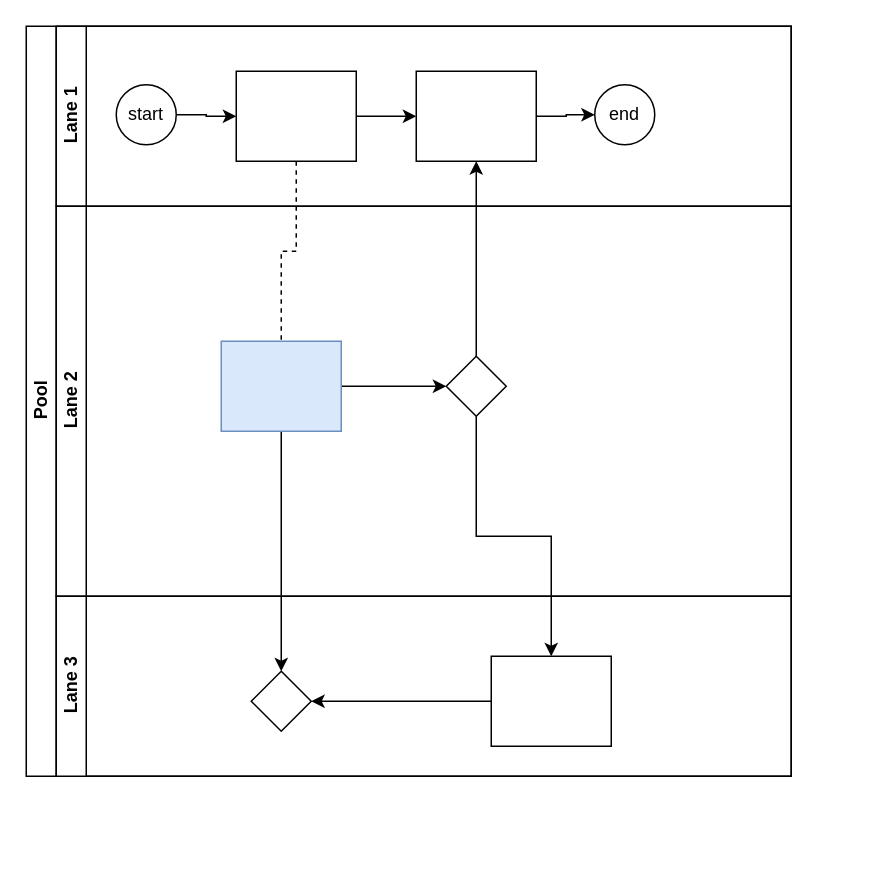
Above: Untitled Diagram.drawio in 15031575603/zysx_smart_cc_process (draw.io), before the change. Source tidied: cells renumbered, new cells numbered last; positions are measured from the earlier drawing's top-left corner, leaving out a move shared by most shapes. Both pictures are drawn from the tidied source at 150%, with x=0, y=0 at pixel (26, 26).
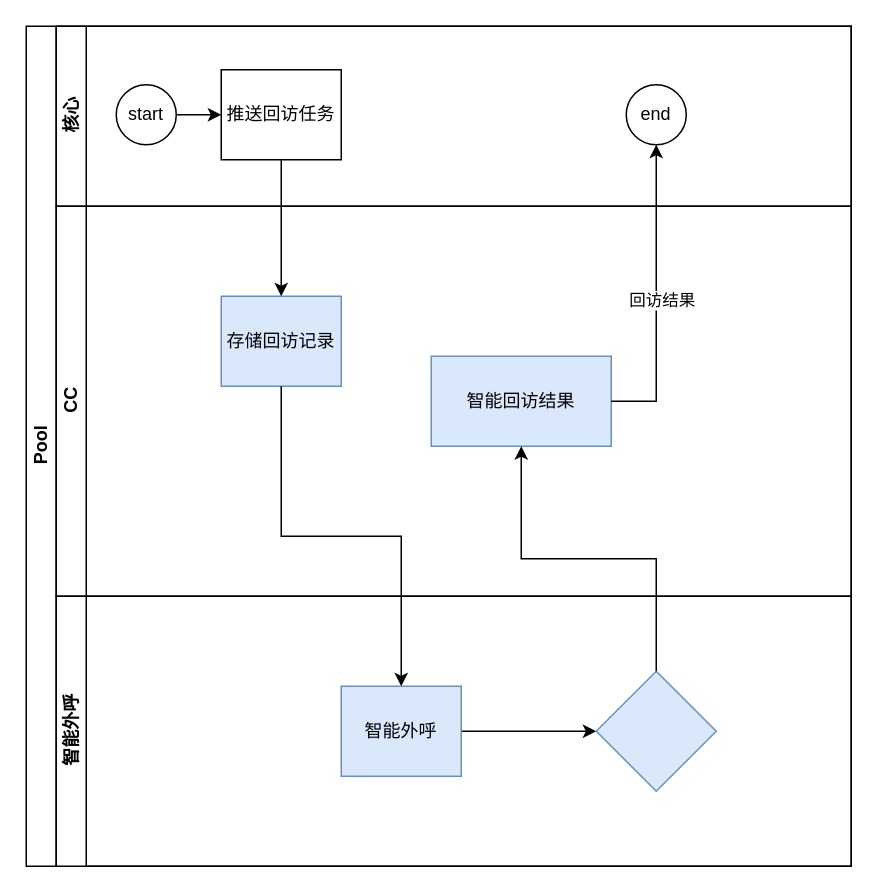
The same page after the edit.

Commit message:
回访流程调整

The edit, as a diff of the source:
```diff
@@
     <mxCell id="2" value="Pool" style="swimlane;html=1;horizontal=0;startSize=20;rotation=0;" parent="1" vertex="1">
-      <mxGeometry width="510" height="500" as="geometry" />
+      <mxGeometry width="550" height="560" as="geometry" />
     </mxCell>
-    <mxCell id="3" style="edgeStyle=orthogonalEdgeStyle;rounded=0;jettySize=auto;html=1;dashed=1;endArrow=none;endFill=0;" parent="2" edge="1" source="11" target="17">
-      <mxGeometry relative="1" as="geometry" />
-    </mxCell>
-    <mxCell id="4" style="edgeStyle=orthogonalEdgeStyle;rounded=0;jettySize=auto;html=1;endArrow=classic;endFill=1;" parent="2" edge="1" source="18" target="13">
-      <mxGeometry relative="1" as="geometry" />
-    </mxCell>
-    <mxCell id="5" style="edgeStyle=orthogonalEdgeStyle;rounded=0;jettySize=auto;html=1;endArrow=classic;endFill=1;" parent="2" edge="1" source="18" target="21">
-      <mxGeometry relative="1" as="geometry" />
-    </mxCell>
-    <mxCell id="6" style="edgeStyle=orthogonalEdgeStyle;rounded=0;jettySize=auto;html=1;endArrow=classic;endFill=1;" parent="2" edge="1" source="17" target="22">
-      <mxGeometry relative="1" as="geometry">
-        <Array as="points">
-          <mxPoint x="170" y="310" />
-          <mxPoint x="170" y="310" />
-        </Array>
-      </mxGeometry>
-    </mxCell>
-    <mxCell id="7" value="Lane 1" style="swimlane;html=1;startSize=20;horizontal=0;rotation=0;" parent="2" vertex="1">
-      <mxGeometry x="20" width="490" height="120" as="geometry" />
+    <mxCell id="7" value="核心" style="swimlane;html=1;startSize=20;horizontal=0;rotation=0;" parent="2" vertex="1">
+      <mxGeometry x="20" width="530" height="120" as="geometry" />
     </mxCell>
@@
-    <mxCell id="10" style="edgeStyle=orthogonalEdgeStyle;rounded=0;jettySize=auto;html=1;" parent="7" edge="1" source="11" target="13">
-      <mxGeometry relative="1" as="geometry" />
-    </mxCell>
-    <mxCell id="11" style="rounded=0;whiteSpace=wrap;html=1;fontFamily=Helvetica;fontSize=12;fontColor=#000000;align=center;rotation=0;" parent="7" vertex="1">
-      <mxGeometry x="120" y="30" width="80" height="60" as="geometry" />
+    <mxCell id="11" value="推送回访任务" style="rounded=0;whiteSpace=wrap;html=1;fontFamily=Helvetica;fontSize=12;fontColor=#000000;align=center;rotation=0;" parent="7" vertex="1">
+      <mxGeometry x="110" y="29" width="80" height="60" as="geometry" />
     </mxCell>
-    <mxCell id="12" style="edgeStyle=orthogonalEdgeStyle;rounded=0;jettySize=auto;html=1;endArrow=classic;endFill=1;" parent="7" edge="1" source="13" target="14">
-      <mxGeometry relative="1" as="geometry" />
-    </mxCell>
-    <mxCell id="13" style="rounded=0;whiteSpace=wrap;html=1;fontFamily=Helvetica;fontSize=12;fontColor=#000000;align=center;rotation=0;" parent="7" vertex="1">
-      <mxGeometry x="240" y="30" width="80" height="60" as="geometry" />
-    </mxCell>
     <mxCell id="14" value="end" style="ellipse;whiteSpace=wrap;html=1;rotation=0;" parent="7" vertex="1">
-      <mxGeometry x="359" y="39" width="40" height="40" as="geometry" />
+      <mxGeometry x="380" y="39" width="40" height="40" as="geometry" />
     </mxCell>
+    <mxCell id="23" value="CC" style="swimlane;html=1;startSize=20;horizontal=0;rotation=0;" parent="2" vertex="1">
+      <mxGeometry x="20" y="120" width="530" height="260" as="geometry" />
+    </mxCell>
+    <mxCell id="24" value="存储回访记录" style="rounded=0;whiteSpace=wrap;html=1;fontFamily=Helvetica;fontSize=12;align=center;fillColor=#dae8fc;strokeColor=#6c8ebf;rotation=0;" parent="23" vertex="1">
+      <mxGeometry x="110" y="60" width="80" height="60" as="geometry" />
+    </mxCell>
+    <mxCell id="25" value="智能回访结果" style="rounded=0;whiteSpace=wrap;html=1;strokeColor=#6c8ebf;fillColor=#dae8fc;" parent="23" vertex="1">
+      <mxGeometry x="250" y="100" width="120" height="60" as="geometry" />
+    </mxCell>
-    <mxCell id="15" value="Lane 2" style="swimlane;html=1;startSize=20;horizontal=0;rotation=0;" parent="2" vertex="1">
-      <mxGeometry x="20" y="120" width="490" height="260" as="geometry" />
+    <mxCell id="15" value="智能外呼" style="swimlane;html=1;startSize=20;horizontal=0;rotation=0;" parent="2" vertex="1">
+      <mxGeometry x="20" y="380" width="530" height="180" as="geometry" />
     </mxCell>
-    <mxCell id="16" style="edgeStyle=orthogonalEdgeStyle;rounded=0;jettySize=auto;html=1;endArrow=classic;endFill=1;" parent="15" edge="1" source="17" target="18">
-      <mxGeometry relative="1" as="geometry" />
-    </mxCell>
-    <mxCell id="17" style="rounded=0;whiteSpace=wrap;html=1;fontFamily=Helvetica;fontSize=12;align=center;fillColor=#dae8fc;strokeColor=#6c8ebf;rotation=0;" parent="15" vertex="1">
-      <mxGeometry x="110" y="90" width="80" height="60" as="geometry" />
-    </mxCell>
-    <mxCell id="18" style="rhombus;whiteSpace=wrap;html=1;fontFamily=Helvetica;fontSize=12;fontColor=#000000;align=center;rotation=0;" parent="15" vertex="1">
-      <mxGeometry x="260" y="100" width="40" height="40" as="geometry" />
-    </mxCell>
-    <mxCell id="19" value="Lane 3" style="swimlane;html=1;startSize=20;horizontal=0;rotation=0;" parent="2" vertex="1">
-      <mxGeometry x="20" y="380" width="490" height="120" as="geometry" />
-    </mxCell>
-    <mxCell id="20" style="edgeStyle=orthogonalEdgeStyle;rounded=0;jettySize=auto;html=1;endArrow=classic;endFill=1;" parent="19" edge="1" source="21" target="22">
-      <mxGeometry relative="1" as="geometry" />
-    </mxCell>
-    <mxCell id="21" style="rounded=0;whiteSpace=wrap;html=1;fontFamily=Helvetica;fontSize=12;fontColor=#000000;align=center;rotation=0;" parent="19" vertex="1">
-      <mxGeometry x="290" y="40" width="80" height="60" as="geometry" />
-    </mxCell>
-    <mxCell id="22" style="rhombus;whiteSpace=wrap;html=1;fontFamily=Helvetica;fontSize=12;fontColor=#000000;align=center;rotation=0;" parent="19" vertex="1">
-      <mxGeometry x="130" y="50" width="40" height="40" as="geometry" />
-    </mxCell>
+    <mxCell id="26" style="edgeStyle=orthogonalEdgeStyle;rounded=0;jettySize=auto;html=1;" parent="15" edge="1" source="27" target="28">
+      <mxGeometry relative="1" as="geometry" />
+    </mxCell>
+    <mxCell id="27" value="智能外呼" style="rounded=0;whiteSpace=wrap;html=1;fontFamily=Helvetica;fontSize=12;align=center;fillColor=#dae8fc;strokeColor=#6c8ebf;rotation=0;" parent="15" vertex="1">
+      <mxGeometry x="190" y="60" width="80" height="60" as="geometry" />
+    </mxCell>
+    <mxCell id="28" style="rhombus;whiteSpace=wrap;html=1;rounded=0;strokeColor=#6c8ebf;fillColor=#dae8fc;" parent="15" vertex="1">
+      <mxGeometry x="360" y="50" width="80" height="80" as="geometry" />
+    </mxCell>
+    <mxCell id="29" style="edgeStyle=orthogonalEdgeStyle;rounded=0;jettySize=auto;html=1;exitX=0.5;exitY=1;exitDx=0;exitDy=0;" parent="2" edge="1" source="11" target="24">
+      <mxGeometry relative="1" as="geometry" />
+    </mxCell>
+    <mxCell id="30" style="edgeStyle=orthogonalEdgeStyle;rounded=0;jettySize=auto;html=1;" parent="2" edge="1" source="24" target="27">
+      <mxGeometry relative="1" as="geometry" />
+    </mxCell>
+    <mxCell id="31" style="edgeStyle=orthogonalEdgeStyle;rounded=0;jettySize=auto;html=1;" parent="2" edge="1" source="28" target="25">
+      <mxGeometry relative="1" as="geometry" />
+    </mxCell>
+    <mxCell id="32" style="edgeStyle=orthogonalEdgeStyle;rounded=0;jettySize=auto;html=1;" parent="2" edge="1" source="25" target="14">
+      <mxGeometry relative="1" as="geometry" />
+    </mxCell>
+    <mxCell id="33" value="回访结果" style="edgeLabel;html=1;align=center;verticalAlign=middle;" parent="32" vertex="1">
+      <mxGeometry x="-0.02" y="-3" relative="1" as="geometry" />
+    </mxCell>
```
